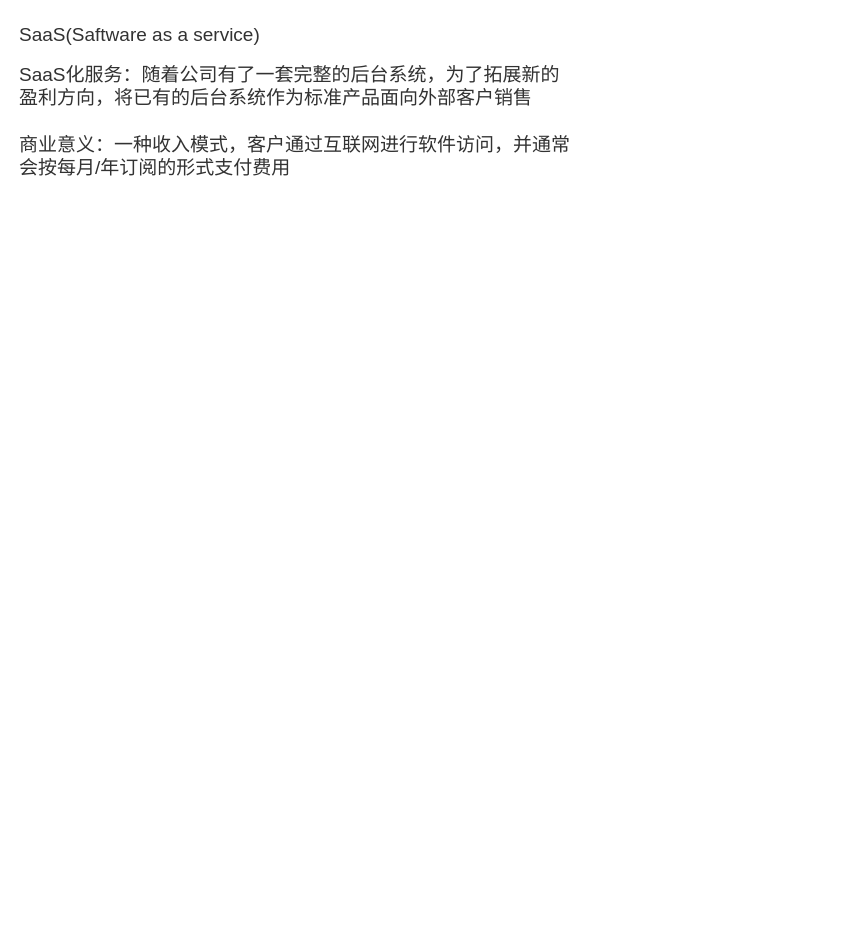
Before: page "Saas" (1 of 2) of Saas.drawio in kkk-ops/go, a draw.io diagram. Source tidied: cells renumbered, new cells numbered last; positions are measured from the earlier drawing's top-left corner, leaving out a move shared by most shapes. Both pictures are drawn from the tidied source at 100%, with x=0, y=0 at pixel (17, 17).
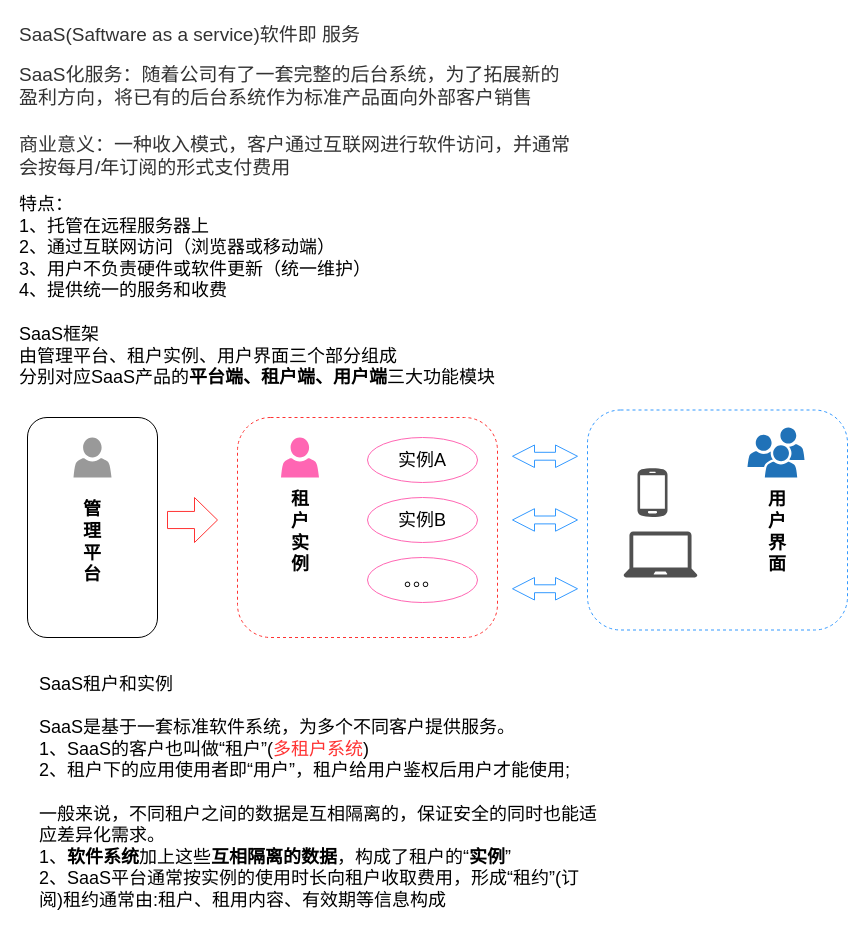
The same diagram, later.

Diff of the diagram source:
```diff
@@
-    <mxCell id="2" value="&lt;span style=&quot;color: rgb(50, 50, 50); font-family: 微软雅黑; font-size: 19px; font-style: normal; font-variant-ligatures: normal; font-variant-caps: normal; font-weight: 400; letter-spacing: normal; orphans: 2; text-align: center; text-indent: 0px; text-transform: none; widows: 2; word-spacing: 0px; -webkit-text-stroke-width: 0px; background-color: rgba(255, 255, 255, 0.01); text-decoration-thickness: initial; text-decoration-style: initial; text-decoration-color: initial; float: none; display: inline !important;&quot;&gt;SaaS(Saftware as a service)&lt;/span&gt;" style="text;whiteSpace=wrap;html=1;" parent="1" vertex="1">
-      <mxGeometry width="280" height="50" as="geometry" />
+    <mxCell id="2" value="&lt;span style=&quot;color: rgb(50, 50, 50); font-size: 19px; font-style: normal; font-variant-ligatures: normal; font-variant-caps: normal; font-weight: 400; letter-spacing: normal; orphans: 2; text-align: center; text-indent: 0px; text-transform: none; widows: 2; word-spacing: 0px; -webkit-text-stroke-width: 0px; background-color: rgba(255, 255, 255, 0.01); text-decoration-thickness: initial; text-decoration-style: initial; text-decoration-color: initial; float: none; display: inline !important;&quot;&gt;SaaS(Saftware as a service)软件即 服务&lt;/span&gt;" style="text;whiteSpace=wrap;html=1;" parent="1" vertex="1">
+      <mxGeometry width="370" height="50" as="geometry" />
     </mxCell>
-    <mxCell id="3" value="&lt;span style=&quot;color: rgb(50, 50, 50); font-family: 微软雅黑; font-size: 19px; font-style: normal; font-variant-ligatures: normal; font-variant-caps: normal; font-weight: 400; letter-spacing: normal; orphans: 2; text-align: left; text-indent: 0px; text-transform: none; widows: 2; word-spacing: 0px; -webkit-text-stroke-width: 0px; background-color: rgba(255, 255, 255, 0.01); text-decoration-thickness: initial; text-decoration-style: initial; text-decoration-color: initial; float: none; display: inline !important;&quot;&gt;SaaS化服务：随着公司有了一套完整的后台系统，为了拓展新的盈利方向，将已有的后台系统作为标准产品面向外部客户销售&lt;/span&gt;" style="text;whiteSpace=wrap;html=1;" parent="1" vertex="1">
+    <mxCell id="3" value="&lt;span style=&quot;color: rgb(50, 50, 50); font-size: 19px; font-style: normal; font-variant-ligatures: normal; font-variant-caps: normal; font-weight: 400; letter-spacing: normal; orphans: 2; text-align: left; text-indent: 0px; text-transform: none; widows: 2; word-spacing: 0px; -webkit-text-stroke-width: 0px; background-color: rgba(255, 255, 255, 0.01); text-decoration-thickness: initial; text-decoration-style: initial; text-decoration-color: initial; float: none; display: inline !important;&quot;&gt;SaaS化服务：随着公司有了一套完整的后台系统，为了拓展新的盈利方向，将已有的后台系统作为标准产品面向外部客户销售&lt;/span&gt;" style="text;whiteSpace=wrap;html=1;" parent="1" vertex="1">
       <mxGeometry y="40" width="560" height="90" as="geometry" />
     </mxCell>
-    <mxCell id="4" value="&lt;span style=&quot;color: rgb(50, 50, 50); font-family: 微软雅黑; font-size: 19px; font-style: normal; font-variant-ligatures: normal; font-variant-caps: normal; font-weight: 400; letter-spacing: normal; orphans: 2; text-align: left; text-indent: 0px; text-transform: none; widows: 2; word-spacing: 0px; -webkit-text-stroke-width: 0px; background-color: rgba(255, 255, 255, 0.01); text-decoration-thickness: initial; text-decoration-style: initial; text-decoration-color: initial; float: none; display: inline !important;&quot;&gt;商业意义：一种收入模式，客户通过互联网进行软件访问，并通常会按每月/年订阅的形式支付费用&lt;/span&gt;" style="text;whiteSpace=wrap;html=1;" parent="1" vertex="1">
+    <mxCell id="4" value="&lt;span style=&quot;color: rgb(50, 50, 50); font-size: 19px; font-style: normal; font-variant-ligatures: normal; font-variant-caps: normal; font-weight: 400; letter-spacing: normal; orphans: 2; text-align: left; text-indent: 0px; text-transform: none; widows: 2; word-spacing: 0px; -webkit-text-stroke-width: 0px; background-color: rgba(255, 255, 255, 0.01); text-decoration-thickness: initial; text-decoration-style: initial; text-decoration-color: initial; float: none; display: inline !important;&quot;&gt;商业意义：一种收入模式，客户通过互联网进行软件访问，并通常会按每月/年订阅的形式支付费用&lt;/span&gt;" style="text;whiteSpace=wrap;html=1;" parent="1" vertex="1">
       <mxGeometry y="110" width="560" height="70" as="geometry" />
     </mxCell>
+    <mxCell id="5" value="&lt;div class=&quot;mind-clipboard&quot;&gt;&lt;font style=&quot;font-size: 18px;&quot;&gt;特点：&lt;/font&gt;&lt;div&gt;&lt;font style=&quot;font-size: 18px;&quot;&gt;1、托管在远程服务器上&lt;/font&gt;&lt;/div&gt;&lt;div&gt;&lt;font style=&quot;font-size: 18px;&quot;&gt;2、通过互联网访问（浏览器或移动端）&lt;/font&gt;&lt;/div&gt;&lt;div&gt;&lt;font style=&quot;font-size: 18px;&quot;&gt;3、用户不负责硬件或软件更新（统一维护）&lt;/font&gt;&lt;/div&gt;&lt;div&gt;&lt;font style=&quot;font-size: 18px;&quot;&gt;4、提供统一的服务和收费&lt;/font&gt;&lt;/div&gt;&lt;/div&gt;" style="text;whiteSpace=wrap;html=1;" parent="1" vertex="1">
+      <mxGeometry y="170" width="565" height="100" as="geometry" />
+    </mxCell>
+    <mxCell id="6" value="&lt;div class=&quot;mind-clipboard&quot;&gt;SaaS框架&lt;div&gt;由管理平台、租户实例、用户界面三个部分组成&lt;/div&gt;&lt;div&gt;分别对应SaaS产品的&lt;b&gt;平台端、租户端、用户端&lt;/b&gt;三大功能模块&lt;/div&gt;&lt;/div&gt;" style="text;whiteSpace=wrap;html=1;fontSize=18;fontFamily=Helvetica;" parent="1" vertex="1">
+      <mxGeometry y="300" width="510" height="90" as="geometry" />
+    </mxCell>
+    <mxCell id="7" style="rounded=1;whiteSpace=wrap;html=1;fontFamily=Helvetica;fontSize=18;" parent="1" vertex="1">
+      <mxGeometry x="10" y="400" width="130" height="220" as="geometry" />
+    </mxCell>
+    <mxCell id="8" style="sketch=0;shadow=0;dashed=0;html=1;strokeColor=none;fillColor=#999999;labelPosition=center;verticalLabelPosition=bottom;verticalAlign=top;align=center;shape=mxgraph.office.users.user;fontFamily=Helvetica;fontSize=18;" parent="1" vertex="1">
+      <mxGeometry x="56" y="420" width="38" height="40" as="geometry" />
+    </mxCell>
+    <mxCell id="9" value="&lt;b&gt;管&lt;br&gt;理&lt;br&gt;平&lt;br&gt;台&lt;/b&gt;" style="text;html=1;strokeColor=none;fillColor=none;align=center;verticalAlign=middle;whiteSpace=wrap;rounded=0;fontFamily=Helvetica;fontSize=18;" parent="1" vertex="1">
+      <mxGeometry x="45" y="510" width="60" height="30" as="geometry" />
+    </mxCell>
+    <mxCell id="10" style="html=1;shadow=0;dashed=0;align=center;verticalAlign=middle;shape=mxgraph.arrows2.arrow;dy=0.62;dx=23;notch=0;fontFamily=Helvetica;fontSize=18;fillColor=#FFFFFF;strokeColor=#FF3333;" parent="1" vertex="1">
+      <mxGeometry x="150" y="480" width="50" height="45" as="geometry" />
+    </mxCell>
+    <mxCell id="11" style="rounded=1;whiteSpace=wrap;html=1;fontFamily=Helvetica;fontSize=18;strokeColor=#FF3333;fillColor=#FFFFFF;dashed=1;" parent="1" vertex="1">
+      <mxGeometry x="220" y="400" width="260" height="220" as="geometry" />
+    </mxCell>
+    <mxCell id="12" style="sketch=0;shadow=0;dashed=0;html=1;strokeColor=none;fillColor=#FF66B3;labelPosition=center;verticalLabelPosition=bottom;verticalAlign=top;align=center;shape=mxgraph.office.users.user;fontFamily=Helvetica;fontSize=18;" parent="1" vertex="1">
+      <mxGeometry x="263.5" y="420" width="38" height="40" as="geometry" />
+    </mxCell>
+    <mxCell id="13" value="&lt;b&gt;租&lt;br&gt;户&lt;br&gt;实&lt;br&gt;例&lt;br&gt;&lt;/b&gt;" style="text;html=1;strokeColor=none;fillColor=none;align=center;verticalAlign=middle;whiteSpace=wrap;rounded=0;fontFamily=Helvetica;fontSize=18;" parent="1" vertex="1">
+      <mxGeometry x="252.5" y="500" width="60" height="30" as="geometry" />
+    </mxCell>
+    <mxCell id="14" value="实例A" style="ellipse;whiteSpace=wrap;html=1;fontFamily=Helvetica;fontSize=18;strokeColor=#FF66B3;fillColor=#FFFFFF;" parent="1" vertex="1">
+      <mxGeometry x="350" y="420" width="110" height="45" as="geometry" />
+    </mxCell>
+    <mxCell id="15" value="实例B" style="ellipse;whiteSpace=wrap;html=1;fontFamily=Helvetica;fontSize=18;strokeColor=#FF66B3;fillColor=#FFFFFF;" parent="1" vertex="1">
+      <mxGeometry x="350" y="480" width="110" height="45" as="geometry" />
+    </mxCell>
+    <mxCell id="16" value="。。。" style="ellipse;whiteSpace=wrap;html=1;fontFamily=Helvetica;fontSize=18;strokeColor=#FF66B3;fillColor=#FFFFFF;" parent="1" vertex="1">
+      <mxGeometry x="350" y="540" width="110" height="45" as="geometry" />
+    </mxCell>
+    <mxCell id="17" style="html=1;shadow=0;dashed=0;align=center;verticalAlign=middle;shape=mxgraph.arrows2.twoWayArrow;dy=0.65;dx=22;fontFamily=Helvetica;fontSize=18;strokeColor=#3399FF;fillColor=#FFFFFF;" parent="1" vertex="1">
+      <mxGeometry x="495" y="427.5" width="65" height="22.5" as="geometry" />
+    </mxCell>
+    <mxCell id="18" style="html=1;shadow=0;dashed=0;align=center;verticalAlign=middle;shape=mxgraph.arrows2.twoWayArrow;dy=0.65;dx=22;fontFamily=Helvetica;fontSize=18;strokeColor=#3399FF;fillColor=#FFFFFF;" parent="1" vertex="1">
+      <mxGeometry x="495" y="491.2" width="65" height="22.5" as="geometry" />
+    </mxCell>
+    <mxCell id="19" style="html=1;shadow=0;dashed=0;align=center;verticalAlign=middle;shape=mxgraph.arrows2.twoWayArrow;dy=0.65;dx=22;fontFamily=Helvetica;fontSize=18;strokeColor=#3399FF;fillColor=#FFFFFF;" parent="1" vertex="1">
+      <mxGeometry x="495" y="560" width="65" height="22.5" as="geometry" />
+    </mxCell>
+    <mxCell id="20" style="rounded=1;whiteSpace=wrap;html=1;fontFamily=Helvetica;fontSize=18;strokeColor=#3399FF;fillColor=#FFFFFF;dashed=1;" parent="1" vertex="1">
+      <mxGeometry x="570" y="392.5" width="260" height="220" as="geometry" />
+    </mxCell>
+    <mxCell id="21" style="sketch=0;shadow=0;dashed=0;html=1;strokeColor=none;labelPosition=center;verticalLabelPosition=bottom;verticalAlign=top;align=center;shape=mxgraph.office.users.users;fillColor=#2072B8;fontFamily=Helvetica;fontSize=18;" parent="1" vertex="1">
+      <mxGeometry x="730" y="410" width="57" height="50" as="geometry" />
+    </mxCell>
+    <mxCell id="22" style="sketch=0;shadow=0;dashed=0;html=1;strokeColor=none;fillColor=#505050;labelPosition=center;verticalLabelPosition=bottom;verticalAlign=top;align=center;shape=mxgraph.office.devices.cell_phone_android_proportional;fontFamily=Helvetica;fontSize=18;" parent="1" vertex="1">
+      <mxGeometry x="620" y="450" width="30" height="50" as="geometry" />
+    </mxCell>
+    <mxCell id="23" style="sketch=0;shadow=0;dashed=0;html=1;strokeColor=none;fillColor=#505050;labelPosition=center;verticalLabelPosition=bottom;verticalAlign=top;align=center;shape=mxgraph.office.devices.laptop;fontFamily=Helvetica;fontSize=18;" parent="1" vertex="1">
+      <mxGeometry x="606" y="514" width="74" height="46" as="geometry" />
+    </mxCell>
+    <mxCell id="24" value="&lt;b&gt;用&lt;br&gt;户&lt;br&gt;界&lt;br&gt;面&lt;br&gt;&lt;/b&gt;" style="text;html=1;strokeColor=none;fillColor=none;align=center;verticalAlign=middle;whiteSpace=wrap;rounded=0;fontFamily=Helvetica;fontSize=18;" parent="1" vertex="1">
+      <mxGeometry x="730" y="500" width="60" height="30" as="geometry" />
+    </mxCell>
+    <mxCell id="25" value="SaaS租户和实例&lt;br&gt;&lt;br&gt;SaaS是基于一套标准软件系统，为多个不同客户提供服务。&lt;br&gt;1、SaaS的客户也叫做“租户”(&lt;font color=&quot;#ff3333&quot;&gt;多租户系统&lt;/font&gt;)&lt;br&gt;2、租户下的应用使用者即“用户”，租户给用户鉴权后用户才能使用;&lt;br&gt;&lt;br&gt;一般来说，不同租户之间的数据是互相隔离的，保证安全的同时也能适应差异化需求。&lt;br&gt;1、&lt;b&gt;软件系统&lt;/b&gt;加上这些&lt;b&gt;互相隔离的数据&lt;/b&gt;，构成了租户的“&lt;b&gt;实例&lt;/b&gt;”&lt;br&gt;2、SaaS平台通常按实例的使用时长向租户收取费用，形成“租约”(订阅)租约通常由:租户、租用内容、有效期等信息构成" style="text;whiteSpace=wrap;html=1;fontSize=18;fontFamily=Helvetica;" parent="1" vertex="1">
+      <mxGeometry x="20" y="650" width="560" height="260" as="geometry" />
+    </mxCell>
```
